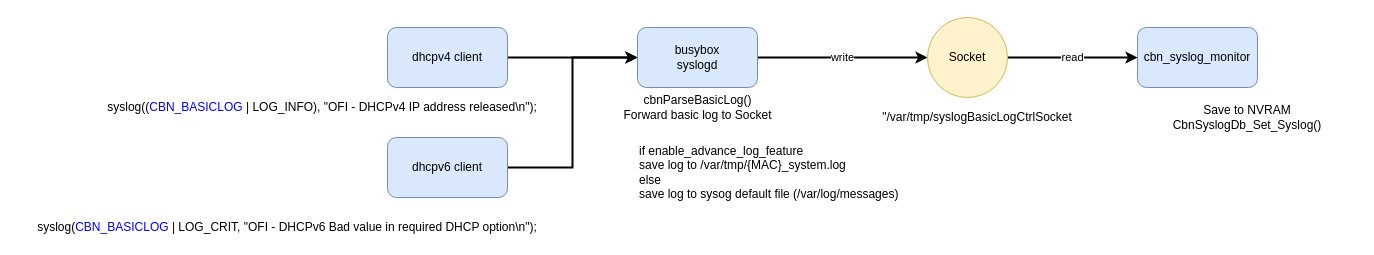
Above: page "syslog" (4 of 5) of GW7557.drawio in nelsonchung/drawio (draw.io), before the change. Source tidied: cells renumbered, new cells numbered last; positions are measured from the earlier drawing's top-left corner, leaving out a move shared by most shapes. Both pictures are drawn from the tidied source at 100%, with x=0, y=0 at pixel (17, 17).
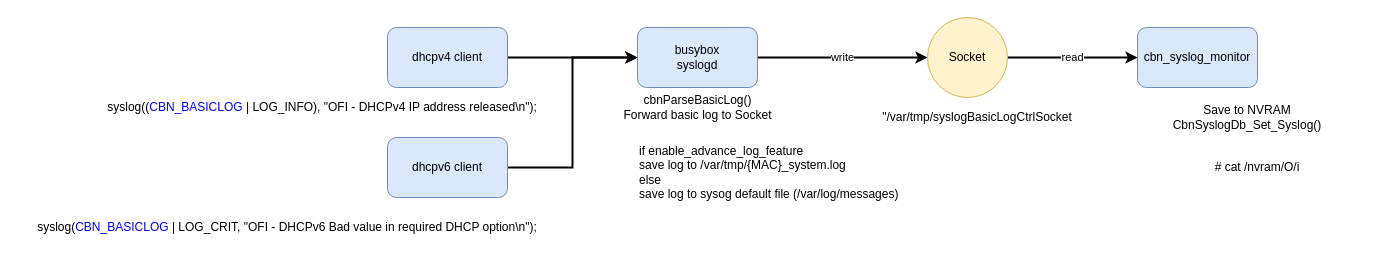
After the change.

What changed in the source:
```diff
@@
 <mxGraphModel>
   <root>
     <mxCell id="0" />
     <mxCell id="1" parent="0" />
     <mxCell id="2" value="write" style="edgeStyle=orthogonalEdgeStyle;rounded=0;jettySize=auto;html=1;exitX=1;exitY=0.5;exitDx=0;exitDy=0;entryX=0;entryY=0.5;entryDx=0;entryDy=0;endArrow=classic;endFill=1;strokeColor=#000000;strokeWidth=2;startArrow=none;startFill=0;" parent="1" edge="1" source="3" target="7">
       <mxGeometry relative="1" as="geometry" />
     </mxCell>
     <mxCell id="3" value="busybox&lt;br&gt;syslogd" style="rounded=1;whiteSpace=wrap;html=1;fillColor=#dae8fc;strokeColor=#6c8ebf;" parent="1" vertex="1">
       <mxGeometry x="620" y="10" width="120" height="60" as="geometry" />
     </mxCell>
     <mxCell id="4" value="cbn_syslog_monitor" style="rounded=1;whiteSpace=wrap;html=1;fillColor=#dae8fc;strokeColor=#6c8ebf;" parent="1" vertex="1">
       <mxGeometry x="1120" y="10" width="120" height="60" as="geometry" />
     </mxCell>
     <mxCell id="5" value="&quot;/var/tmp/syslogBasicLogCtrlSocket" style="text;html=1;strokeColor=none;fillColor=none;align=center;verticalAlign=middle;whiteSpace=wrap;rounded=0;" parent="1" vertex="1">
       <mxGeometry x="860" y="90" width="200" height="20" as="geometry" />
     </mxCell>
     <mxCell id="6" value="read" style="edgeStyle=orthogonalEdgeStyle;rounded=0;jettySize=auto;html=1;exitX=1;exitY=0.5;exitDx=0;exitDy=0;entryX=0;entryY=0.5;entryDx=0;entryDy=0;startArrow=none;startFill=0;endArrow=classic;endFill=1;strokeColor=#000000;strokeWidth=2;" parent="1" edge="1" source="7" target="4">
       <mxGeometry relative="1" as="geometry" />
     </mxCell>
     <mxCell id="7" value="Socket&lt;br&gt;" style="ellipse;whiteSpace=wrap;html=1;fillColor=#fff2cc;strokeColor=#d6b656;" parent="1" vertex="1">
       <mxGeometry x="910" width="80" height="80" as="geometry" />
     </mxCell>
     <mxCell id="8" value="syslog((&lt;font color=&quot;#0000ff&quot;&gt;CBN_BASICLOG&lt;/font&gt; | LOG_INFO), &quot;OFI - DHCPv4 IP address released\n&quot;);" style="text;html=1;strokeColor=none;fillColor=none;align=center;verticalAlign=middle;whiteSpace=wrap;rounded=0;" parent="1" vertex="1">
       <mxGeometry x="10" y="80" width="590" height="20" as="geometry" />
     </mxCell>
     <mxCell id="9" style="edgeStyle=orthogonalEdgeStyle;rounded=0;jettySize=auto;html=1;exitX=1;exitY=0.5;exitDx=0;exitDy=0;entryX=0;entryY=0.5;entryDx=0;entryDy=0;startArrow=none;startFill=0;endArrow=classic;endFill=1;strokeColor=#000000;strokeWidth=2;" parent="1" edge="1" source="10" target="3">
       <mxGeometry relative="1" as="geometry" />
     </mxCell>
     <mxCell id="10" value="dhcpv4 client" style="rounded=1;whiteSpace=wrap;html=1;fillColor=#dae8fc;strokeColor=#6c8ebf;" parent="1" vertex="1">
       <mxGeometry x="370" y="10" width="120" height="60" as="geometry" />
     </mxCell>
     <mxCell id="11" style="edgeStyle=orthogonalEdgeStyle;rounded=0;jettySize=auto;html=1;exitX=1;exitY=0.5;exitDx=0;exitDy=0;entryX=0;entryY=0.5;entryDx=0;entryDy=0;startArrow=none;startFill=0;endArrow=classic;endFill=1;strokeColor=#000000;strokeWidth=2;" parent="1" edge="1" source="12" target="3">
       <mxGeometry relative="1" as="geometry" />
     </mxCell>
     <mxCell id="12" value="dhcpv6 client" style="rounded=1;whiteSpace=wrap;html=1;fillColor=#dae8fc;strokeColor=#6c8ebf;" parent="1" vertex="1">
       <mxGeometry x="370" y="120" width="120" height="60" as="geometry" />
     </mxCell>
     <mxCell id="13" value="syslog(&lt;font color=&quot;#0000ff&quot;&gt;CBN_BASICLOG&lt;/font&gt; | LOG_CRIT, &quot;OFI - DHCPv6 Bad value in required DHCP option\n&quot;);" style="text;html=1;strokeColor=none;fillColor=none;align=center;verticalAlign=middle;whiteSpace=wrap;rounded=0;" parent="1" vertex="1">
       <mxGeometry y="200" width="540" height="20" as="geometry" />
     </mxCell>
     <mxCell id="14" value="cbnParseBasicLog()&lt;br&gt;Forward basic log to Socket" style="text;html=1;strokeColor=none;fillColor=none;align=center;verticalAlign=middle;whiteSpace=wrap;rounded=0;" parent="1" vertex="1">
       <mxGeometry x="582.5" y="80" width="195" height="20" as="geometry" />
     </mxCell>
     <mxCell id="15" value="if enable_advance_log_feature&lt;br&gt;save log to&amp;nbsp;/var/tmp/{MAC}_system.log&lt;br&gt;else&lt;br&gt;save log to sysog default file (/var/log/messages)" style="text;html=1;strokeColor=none;fillColor=none;align=left;verticalAlign=middle;whiteSpace=wrap;rounded=0;" parent="1" vertex="1">
       <mxGeometry x="620" y="120" width="355" height="70" as="geometry" />
     </mxCell>
     <mxCell id="16" value="Save to NVRAM&lt;br&gt;CbnSyslogDb_Set_Syslog()" style="text;html=1;strokeColor=none;fillColor=none;align=center;verticalAlign=middle;whiteSpace=wrap;rounded=0;" parent="1" vertex="1">
       <mxGeometry x="1130" y="90" width="200" height="20" as="geometry" />
     </mxCell>
+    <mxCell id="17" value="# cat /nvram/O/i" style="text;html=1;strokeColor=none;fillColor=none;align=center;verticalAlign=middle;whiteSpace=wrap;rounded=0;" parent="1" vertex="1">
+      <mxGeometry x="1140" y="140" width="200" height="20" as="geometry" />
+    </mxCell>
   </root>
 </mxGraphModel>
```
